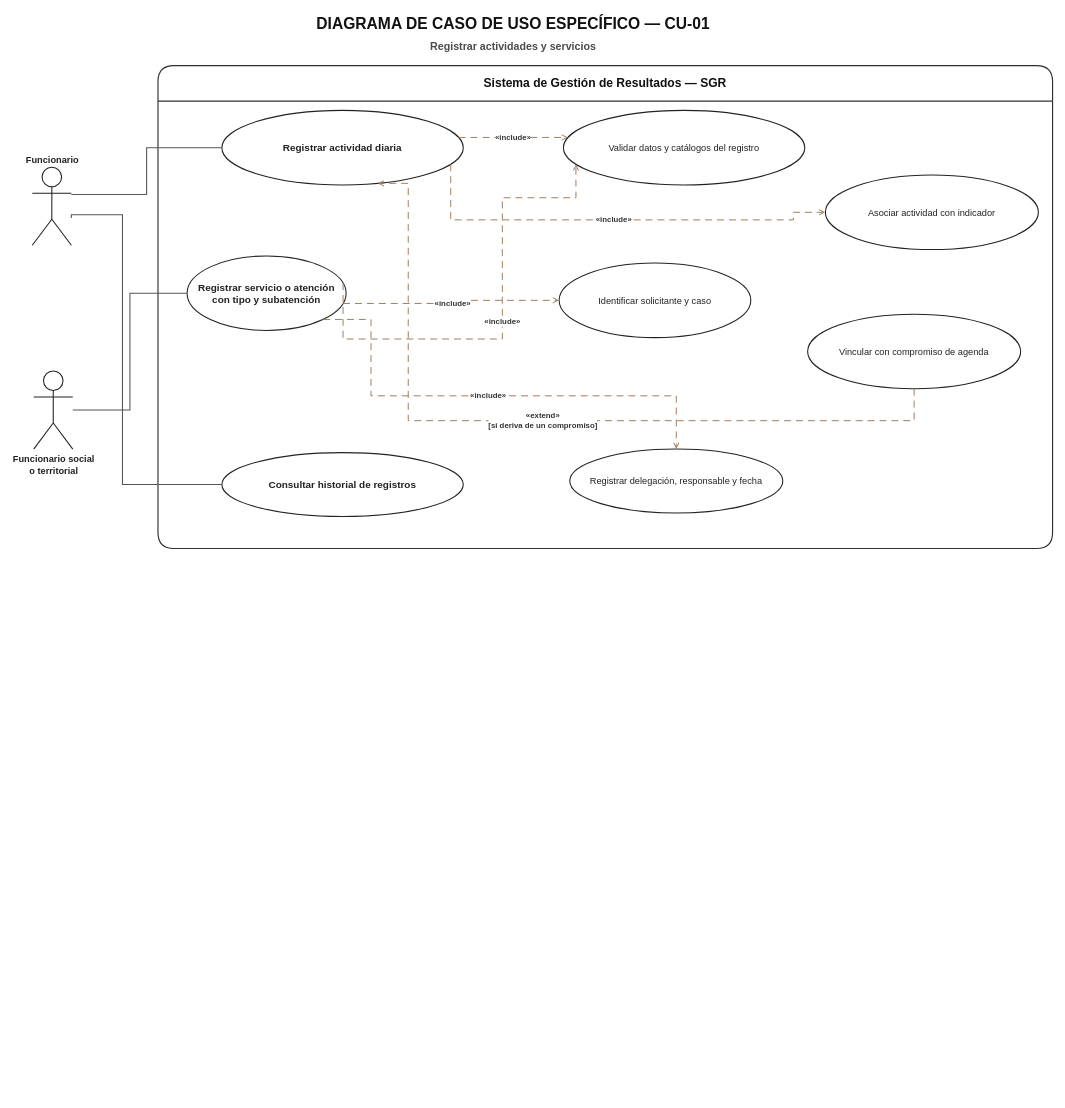
The draw.io diagram docs/uml/02_casos_de_uso/02_especificos/CU01_registrar_actividades_y_servicios/Diagrama_Caso_Uso_Especifico_CU01_SGR.drawio in MasterCapehart/sgr-proyecto-integrado, before the edit. Source tidied: cells renumbered, new cells numbered last; positions are measured from the earlier drawing's top-left corner, leaving out a move shared by most shapes. Both pictures are drawn from the tidied source at 71%, with x=0, y=0 at pixel (32, 12).
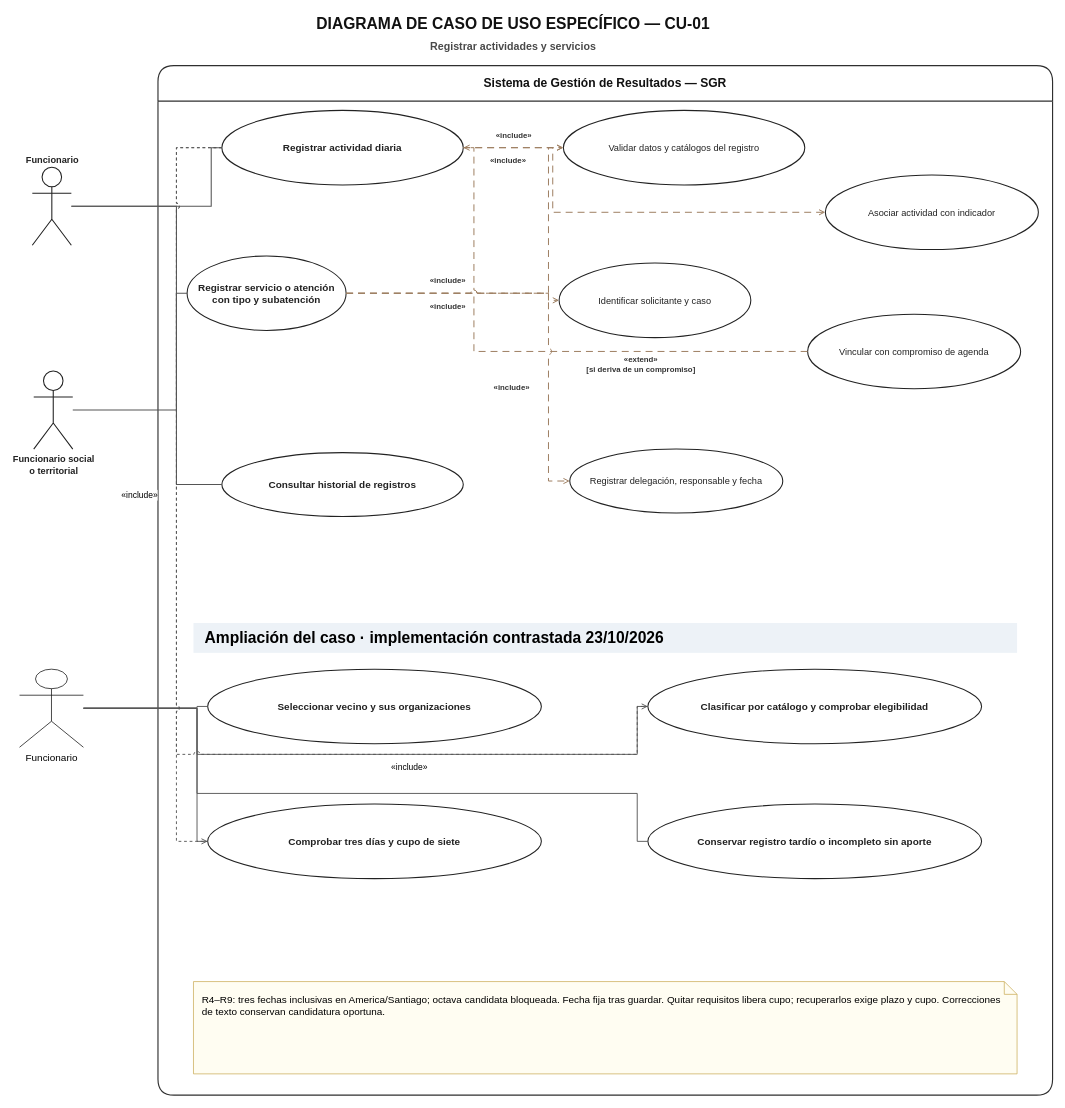
The same diagram, later.

Unchanged cells that the change refers to:
```xml
<mxCell id="5" value="Registrar actividad diaria" style="ellipse;whiteSpace=wrap;html=1;fontSize=14;strokeWidth=1.5;fontStyle=1;fillColor=#FFFFFF;strokeColor=#222222;fontColor=#222222;" parent="4" vertex="1">
  <mxGeometry x="90" y="63" width="340" height="105" as="geometry" />
</mxCell>
<mxCell id="6" value="Validar datos y catálogos del registro" style="ellipse;whiteSpace=wrap;html=1;fontSize=13;strokeWidth=1.5;fillColor=#FFFFFF;strokeColor=#222222;fontColor=#222222;" parent="4" vertex="1">
  <mxGeometry x="571" y="63" width="340" height="105" as="geometry" />
</mxCell>
<mxCell id="8" value="Asociar actividad con indicador" style="ellipse;whiteSpace=wrap;html=1;fontSize=13;strokeWidth=1.5;fillColor=#FFFFFF;strokeColor=#222222;fontColor=#222222;" parent="4" vertex="1">
  <mxGeometry x="940" y="154" width="300" height="105" as="geometry" />
</mxCell>
<mxCell id="10" value="Registrar servicio o atención&lt;br&gt;con tipo y subatención" style="ellipse;whiteSpace=wrap;html=1;fontSize=14;strokeWidth=1.5;fontStyle=1;fillColor=#FFFFFF;strokeColor=#222222;fontColor=#222222;" parent="4" vertex="1">
  <mxGeometry x="41" y="268" width="224" height="105" as="geometry" />
</mxCell>
<mxCell id="12" value="Identificar solicitante y caso" style="ellipse;whiteSpace=wrap;html=1;fontSize=13;strokeWidth=1.5;fillColor=#FFFFFF;strokeColor=#222222;fontColor=#222222;" parent="4" vertex="1">
  <mxGeometry x="565" y="278" width="270" height="105" as="geometry" />
</mxCell>
<mxCell id="14" value="Funcionario" style="shape=umlActor;verticalLabelPosition=top;verticalAlign=bottom;html=1;outlineConnect=0;fontSize=13;fontStyle=1;fillColor=#FFFFFF;strokeColor=#222222;fontColor=#222222;strokeWidth=1.5;" parent="1" vertex="1">
  <mxGeometry y="218" width="55" height="110" as="geometry" />
</mxCell>
<mxCell id="15" value="Funcionario social&lt;br&gt;o territorial" style="shape=umlActor;verticalLabelPosition=bottom;verticalAlign=top;html=1;outlineConnect=0;fontSize=13;fontStyle=1;fillColor=#FFFFFF;strokeColor=#222222;fontColor=#222222;strokeWidth=1.5;" parent="1" vertex="1">
  <mxGeometry x="2" y="505" width="55" height="110" as="geometry" />
</mxCell>
<mxCell id="16" value="Consultar historial de registros" style="ellipse;whiteSpace=wrap;html=1;fontSize=14;strokeWidth=1.5;fontStyle=1;fillColor=#FFFFFF;strokeColor=#222222;fontColor=#222222;" parent="1" vertex="1">
  <mxGeometry x="267" y="620" width="340" height="90" as="geometry" />
</mxCell>
<mxCell id="17" value="Vincular con compromiso de agenda" style="ellipse;whiteSpace=wrap;html=1;fontSize=13;strokeWidth=1.5;fillColor=#FFFFFF;strokeColor=#222222;fontColor=#222222;" parent="1" vertex="1">
  <mxGeometry x="1092" y="425" width="300" height="105" as="geometry" />
</mxCell>
<mxCell id="22" value="Registrar delegación, responsable y fecha" style="ellipse;whiteSpace=wrap;html=1;fontSize=13;strokeWidth=1.5;fillColor=#FFFFFF;strokeColor=#222222;fontColor=#222222;" parent="1" vertex="1">
  <mxGeometry x="757" y="615" width="300" height="90" as="geometry" />
</mxCell>
```

What changed in the source:
```diff
@@
     <mxCell id="4" value="Sistema de Gestión de Resultados — SGR" style="swimlane;horizontal=1;startSize=50;rounded=1;whiteSpace=wrap;html=1;swimlaneFillColor=#FFFFFF;fontSize=17;fontStyle=1;spacing=8;strokeWidth=1.6;fillColor=#FFFFFF;strokeColor=#2F2F2F;fontColor=#111111;" parent="1" vertex="1">
-      <mxGeometry x="177" y="75" width="1260" height="680" as="geometry" />
+      <mxGeometry x="177" y="75" width="1260" height="1450" as="geometry" />
     </mxCell>
@@
-    <mxCell id="7" value="«include»" style="edgeStyle=orthogonalEdgeStyle;jettySize=auto;endArrow=open;endFill=0;startArrow=none;html=1;rounded=0;dashed=1;dashPattern=7 5;strokeColor=#9E7E61;strokeWidth=1.4;fontSize=11;fontStyle=1;labelBackgroundColor=#FFFFFF;exitX=1;exitY=0.35;entryX=0;entryY=0.35;fontColor=#333333;" parent="4" edge="1" source="5" target="6">
-      <mxGeometry relative="1" as="geometry" />
+    <mxCell id="7" value="«include»" style="jettySize=auto;endArrow=open;endFill=0;startArrow=none;html=1;dashed=1;dashPattern=7 5;strokeColor=#9E7E61;strokeWidth=1.4;fontSize=11;fontStyle=1;labelBackgroundColor=#FFFFFF;fontColor=#333333;jumpSize=8;edgeStyle=none;noEdgeStyle=1;rounded=0;exitX=1;exitY=0.5;entryX=0;entryY=0.5;exitPerimeter=0;entryPerimeter=0;jumpStyle=arc;jumpSize=8;" parent="1" edge="1" source="5" target="6">
+      <mxGeometry relative="1" as="geometry">
+        <mxPoint y="-18" as="offset" />
+      </mxGeometry>
     </mxCell>
@@
-    <mxCell id="9" value="«include»" style="edgeStyle=orthogonalEdgeStyle;jettySize=auto;endArrow=open;endFill=0;startArrow=none;html=1;rounded=0;dashed=1;dashPattern=7 5;strokeColor=#9E7E61;strokeWidth=1.4;fontSize=11;fontStyle=1;labelBackgroundColor=#FFFFFF;exitX=1;exitY=0.75;entryX=0;entryY=0.5;entryDx=0;entryDy=0;fontColor=#333333;" parent="4" edge="1" source="5" target="8">
-      <mxGeometry relative="1" as="geometry">
+    <mxCell id="9" value="«include»" style="jettySize=auto;endArrow=open;endFill=0;startArrow=none;html=1;dashed=1;dashPattern=7 5;strokeColor=#9E7E61;strokeWidth=1.4;fontSize=11;fontStyle=1;labelBackgroundColor=#FFFFFF;entryDx=0;entryDy=0;fontColor=#333333;jumpSize=8;edgeStyle=none;noEdgeStyle=1;rounded=0;exitX=1;exitY=0.5;entryX=0;entryY=0.5;exitPerimeter=0;entryPerimeter=0;jumpStyle=arc;jumpSize=8;" parent="1" edge="1" source="5" target="8">
+      <mxGeometry x="-0.79" relative="1" as="geometry">
         <Array as="points">
-          <mxPoint x="412.1" y="217.2" />
-          <mxPoint x="895" y="217.2" />
-          <mxPoint x="895" y="206.5" />
+          <mxPoint x="733" y="190.5" />
+          <mxPoint x="733" y="281.5" />
         </Array>
+        <mxPoint y="18" as="offset" />
       </mxGeometry>
     </mxCell>
@@
-    <mxCell id="11" value="«include»" style="edgeStyle=orthogonalEdgeStyle;jettySize=auto;endArrow=open;endFill=0;startArrow=none;html=1;rounded=0;dashed=1;dashPattern=7 5;strokeColor=#9E7E61;strokeWidth=1.4;fontSize=11;fontStyle=1;labelBackgroundColor=#FFFFFF;exitX=1;exitY=0.35;entryX=0;entryY=0.75;fontColor=#333333;" parent="4" edge="1" source="10" target="6">
-      <mxGeometry relative="1" as="geometry">
+    <mxCell id="11" value="«include»" style="jettySize=auto;endArrow=open;endFill=0;startArrow=none;html=1;dashed=1;dashPattern=7 5;strokeColor=#9E7E61;strokeWidth=1.4;fontSize=11;fontStyle=1;labelBackgroundColor=#FFFFFF;fontColor=#333333;jumpSize=8;edgeStyle=none;noEdgeStyle=1;rounded=0;exitX=1;exitY=0.5;entryX=0;entryY=0.5;exitPerimeter=0;entryPerimeter=0;jumpStyle=arc;jumpSize=8;" parent="1" edge="1" source="10" target="6">
+      <mxGeometry x="-0.44" relative="1" as="geometry">
         <Array as="points">
-          <mxPoint x="260.6" y="385" />
-          <mxPoint x="485" y="385" />
-          <mxPoint x="485" y="186" />
-          <mxPoint x="588.9" y="186" />
+          <mxPoint x="727" y="395.5" />
+          <mxPoint x="727" y="190.5" />
         </Array>
+        <mxPoint y="-18" as="offset" />
       </mxGeometry>
     </mxCell>
@@
-    <mxCell id="13" value="«include»" style="edgeStyle=orthogonalEdgeStyle;jettySize=auto;endArrow=open;endFill=0;startArrow=none;html=1;rounded=0;dashed=1;dashPattern=7 5;strokeColor=#9E7E61;strokeWidth=1.4;fontSize=11;fontStyle=1;labelBackgroundColor=#FFFFFF;exitX=1;exitY=0.65;entryX=0;entryY=0.5;fontColor=#333333;" parent="4" edge="1" source="10" target="12">
-      <mxGeometry relative="1" as="geometry" />
+    <mxCell id="13" value="«include»" style="jettySize=auto;endArrow=open;endFill=0;startArrow=none;html=1;dashed=1;dashPattern=7 5;strokeColor=#9E7E61;strokeWidth=1.4;fontSize=11;fontStyle=1;labelBackgroundColor=#FFFFFF;fontColor=#333333;jumpSize=8;edgeStyle=none;noEdgeStyle=1;rounded=0;exitX=1;exitY=0.5;entryX=0;entryY=0.5;exitPerimeter=0;entryPerimeter=0;jumpStyle=arc;jumpSize=8;" parent="1" edge="1" source="10" target="12">
+      <mxGeometry x="-0.08" relative="1" as="geometry">
+        <Array as="points">
+          <mxPoint x="727" y="395.5" />
+          <mxPoint x="727" y="405.5" />
+        </Array>
+        <mxPoint y="18" as="offset" />
+      </mxGeometry>
     </mxCell>
@@
-    <mxCell id="18" style="edgeStyle=orthogonalEdgeStyle;jettySize=auto;endArrow=none;startArrow=none;html=1;rounded=0;strokeColor=#555555;strokeWidth=1.5;exitX=1;exitY=0.35;entryX=0;entryY=0.5;" parent="1" edge="1" source="14" target="5">
-      <mxGeometry relative="1" as="geometry" />
+    <mxCell id="18" style="jettySize=auto;endArrow=none;startArrow=none;html=1;strokeColor=#555555;strokeWidth=1.5;jumpSize=8;edgeStyle=none;noEdgeStyle=1;rounded=0;exitX=1;exitY=0.5;entryX=0;entryY=0.5;exitPerimeter=0;entryPerimeter=0;jumpStyle=arc;jumpSize=8;" parent="1" edge="1" source="14" target="5">
+      <mxGeometry relative="1" as="geometry">
+        <Array as="points">
+          <mxPoint x="252" y="273" />
+          <mxPoint x="252" y="190.5" />
+        </Array>
+      </mxGeometry>
     </mxCell>
-    <mxCell id="19" style="edgeStyle=orthogonalEdgeStyle;jettySize=auto;endArrow=none;startArrow=none;html=1;rounded=0;strokeColor=#555555;strokeWidth=1.5;exitX=1;exitY=0.65;entryX=0;entryY=0.5;" parent="1" edge="1" source="14" target="16">
+    <mxCell id="19" style="jettySize=auto;endArrow=none;startArrow=none;html=1;strokeColor=#555555;strokeWidth=1.5;jumpSize=8;edgeStyle=none;noEdgeStyle=1;rounded=0;exitX=1;exitY=0.5;entryX=0;entryY=0.5;exitPerimeter=0;entryPerimeter=0;jumpStyle=arc;jumpSize=8;" parent="1" edge="1" source="14" target="16">
       <mxGeometry relative="1" as="geometry">
         <Array as="points">
-          <mxPoint x="127" y="285" />
-          <mxPoint x="127" y="665" />
+          <mxPoint x="203" y="273" />
+          <mxPoint x="203" y="665" />
         </Array>
       </mxGeometry>
     </mxCell>
-    <mxCell id="20" style="edgeStyle=orthogonalEdgeStyle;jettySize=auto;endArrow=none;startArrow=none;html=1;rounded=0;strokeColor=#555555;strokeWidth=1.5;exitX=1;exitY=0.5;entryX=0;entryY=0.5;" parent="1" edge="1" source="15" target="10">
-      <mxGeometry relative="1" as="geometry" />
+    <mxCell id="20" style="jettySize=auto;endArrow=none;startArrow=none;html=1;strokeColor=#555555;strokeWidth=1.5;jumpSize=8;edgeStyle=none;noEdgeStyle=1;rounded=0;exitX=1;exitY=0.5;entryX=0;entryY=0.5;exitPerimeter=0;entryPerimeter=0;jumpStyle=arc;jumpSize=8;" parent="1" edge="1" source="15" target="10">
+      <mxGeometry relative="1" as="geometry">
+        <Array as="points">
+          <mxPoint x="203" y="560" />
+          <mxPoint x="203" y="395.5" />
+        </Array>
+      </mxGeometry>
     </mxCell>
-    <mxCell id="21" value="«extend»&lt;br&gt;[si deriva de un compromiso]" style="edgeStyle=orthogonalEdgeStyle;jettySize=auto;endArrow=open;endFill=0;startArrow=none;html=1;rounded=0;dashed=1;dashPattern=7 5;strokeColor=#9E7E61;strokeWidth=1.4;fontSize=11;fontStyle=1;labelBackgroundColor=#FFFFFF;exitX=0.5;exitY=1;entryX=0.65;entryY=1;fontColor=#333333;" parent="1" edge="1" source="17" target="5">
-      <mxGeometry relative="1" as="geometry">
+    <mxCell id="21" value="«extend»&lt;br&gt;[si deriva de un compromiso]" style="jettySize=auto;endArrow=open;endFill=0;startArrow=none;html=1;dashed=1;dashPattern=7 5;strokeColor=#9E7E61;strokeWidth=1.4;fontSize=11;fontStyle=1;labelBackgroundColor=#FFFFFF;fontColor=#333333;jumpSize=8;edgeStyle=none;noEdgeStyle=1;rounded=0;exitX=0;exitY=0.5;entryX=1;entryY=0.5;exitPerimeter=0;entryPerimeter=0;jumpStyle=arc;jumpSize=8;" parent="1" edge="1" source="17" target="5">
+      <mxGeometry x="-0.39" relative="1" as="geometry">
         <Array as="points">
-          <mxPoint x="1242" y="575" />
-          <mxPoint x="529.5" y="575" />
-          <mxPoint x="529.5" y="240.9" />
+          <mxPoint x="622" y="477.5" />
+          <mxPoint x="622" y="190.5" />
         </Array>
+        <mxPoint y="18" as="offset" />
       </mxGeometry>
     </mxCell>
@@
-    <mxCell id="23" value="«include»" style="edgeStyle=orthogonalEdgeStyle;jettySize=auto;endArrow=open;endFill=0;startArrow=none;html=1;rounded=0;dashed=1;dashPattern=7 5;strokeColor=#9E7E61;strokeWidth=1.4;fontSize=11;fontStyle=1;labelBackgroundColor=#FFFFFF;exitX=1;exitY=0.35;entryX=0;entryY=0.35;fontColor=#333333;exitX=1;exitY=1;entryX=0.5;entryY=0;" parent="1" edge="1" source="10" target="22">
-      <mxGeometry relative="1" as="geometry">
+    <mxCell id="23" value="«include»" style="jettySize=auto;endArrow=open;endFill=0;startArrow=none;html=1;dashed=1;dashPattern=7 5;strokeColor=#9E7E61;strokeWidth=1.4;fontSize=11;fontStyle=1;labelBackgroundColor=#FFFFFF;fontColor=#333333;jumpSize=8;edgeStyle=none;noEdgeStyle=1;rounded=0;exitX=1;exitY=0.5;entryX=0;entryY=0.5;exitPerimeter=0;entryPerimeter=0;jumpStyle=arc;jumpSize=8;" parent="1" edge="1" source="10" target="22">
+      <mxGeometry x="0.44" relative="1" as="geometry">
         <Array as="points">
-          <mxPoint x="477" y="540" />
-          <mxPoint x="907" y="540" />
+          <mxPoint x="727" y="395.5" />
+          <mxPoint x="727" y="660" />
         </Array>
+        <mxPoint x="-52" as="offset" />
       </mxGeometry>
     </mxCell>
+    <mxCell id="24" value="Funcionario" style="shape=umlActor;verticalLabelPosition=bottom;verticalAlign=top;html=1;fontSize=14;" parent="1" vertex="1">
+      <mxGeometry x="-18" y="925" width="90" height="110" as="geometry" />
+    </mxCell>
+    <mxCell id="25" value="Ampliación del caso · implementación contrastada 23/10/2026" style="text;html=1;strokeColor=none;fillColor=#EDF2F7;align=left;verticalAlign=middle;fontSize=22;fontStyle=1;spacingLeft=14;" parent="1" vertex="1">
+      <mxGeometry x="227" y="860" width="1160" height="42" as="geometry" />
+    </mxCell>
+    <mxCell id="26" value="Seleccionar vecino y sus organizaciones" style="ellipse;whiteSpace=wrap;html=1;fontSize=14;strokeWidth=1.5;fontStyle=1;fillColor=#FFFFFF;strokeColor=#222222;fontColor=#222222;" parent="1" vertex="1">
+      <mxGeometry x="247" y="925" width="470" height="105" as="geometry" />
+    </mxCell>
+    <mxCell id="27" value="Clasificar por catálogo y comprobar elegibilidad" style="ellipse;whiteSpace=wrap;html=1;fontSize=14;strokeWidth=1.5;fontStyle=1;fillColor=#FFFFFF;strokeColor=#222222;fontColor=#222222;" parent="1" vertex="1">
+      <mxGeometry x="867" y="925" width="470" height="105" as="geometry" />
+    </mxCell>
+    <mxCell id="28" value="Comprobar tres días y cupo de siete" style="ellipse;whiteSpace=wrap;html=1;fontSize=14;strokeWidth=1.5;fontStyle=1;fillColor=#FFFFFF;strokeColor=#222222;fontColor=#222222;" parent="1" vertex="1">
+      <mxGeometry x="247" y="1115" width="470" height="105" as="geometry" />
+    </mxCell>
+    <mxCell id="29" value="Conservar registro tardío o incompleto sin aporte" style="ellipse;whiteSpace=wrap;html=1;fontSize=14;strokeWidth=1.5;fontStyle=1;fillColor=#FFFFFF;strokeColor=#222222;fontColor=#222222;" parent="1" vertex="1">
+      <mxGeometry x="867" y="1115" width="470" height="105" as="geometry" />
+    </mxCell>
+    <mxCell id="30" style="html=1;strokeColor=#555555;strokeWidth=1.3;fontSize=12;labelBackgroundColor=#FFFFFF;startArrow=none;endArrow=none;jumpSize=8;edgeStyle=none;noEdgeStyle=1;rounded=0;exitX=1;exitY=0.5;entryX=0;entryY=0.5;exitPerimeter=0;entryPerimeter=0;jumpStyle=arc;jumpSize=8;" parent="1" edge="1" source="24" target="26">
+      <mxGeometry relative="1" as="geometry">
+        <Array as="points">
+          <mxPoint x="232" y="980" />
+          <mxPoint x="232" y="977.5" />
+        </Array>
+      </mxGeometry>
+    </mxCell>
+    <mxCell id="31" style="html=1;strokeColor=#555555;strokeWidth=1.3;fontSize=12;labelBackgroundColor=#FFFFFF;startArrow=none;endArrow=none;jumpSize=8;edgeStyle=none;noEdgeStyle=1;rounded=0;exitX=1;exitY=0.5;entryX=0;entryY=0.5;exitPerimeter=0;entryPerimeter=0;jumpStyle=arc;jumpSize=8;" parent="1" edge="1" source="24" target="27">
+      <mxGeometry relative="1" as="geometry">
+        <Array as="points">
+          <mxPoint x="232" y="980" />
+          <mxPoint x="232" y="1045" />
+          <mxPoint x="852" y="1045" />
+          <mxPoint x="852" y="977.5" />
+        </Array>
+      </mxGeometry>
+    </mxCell>
+    <mxCell id="32" style="html=1;strokeColor=#555555;strokeWidth=1.3;fontSize=12;labelBackgroundColor=#FFFFFF;startArrow=none;endArrow=none;jumpSize=8;edgeStyle=none;noEdgeStyle=1;rounded=0;exitX=1;exitY=0.5;entryX=0;entryY=0.5;exitPerimeter=0;entryPerimeter=0;jumpStyle=arc;jumpSize=8;" parent="1" edge="1" source="24" target="28">
+      <mxGeometry relative="1" as="geometry">
+        <Array as="points">
+          <mxPoint x="232" y="980" />
+          <mxPoint x="232" y="1167.5" />
+        </Array>
+      </mxGeometry>
+    </mxCell>
+    <mxCell id="33" style="html=1;strokeColor=#555555;strokeWidth=1.3;fontSize=12;labelBackgroundColor=#FFFFFF;startArrow=none;endArrow=none;jumpSize=8;edgeStyle=none;noEdgeStyle=1;rounded=0;exitX=1;exitY=0.5;entryX=0;entryY=0.5;exitPerimeter=0;entryPerimeter=0;jumpStyle=arc;jumpSize=8;" parent="1" edge="1" source="24" target="29">
+      <mxGeometry relative="1" as="geometry">
+        <Array as="points">
+          <mxPoint x="232" y="980" />
+          <mxPoint x="232" y="1100" />
+          <mxPoint x="852" y="1100" />
+          <mxPoint x="852" y="1167.5" />
+        </Array>
+      </mxGeometry>
+    </mxCell>
+    <mxCell id="34" value="«include»" style="html=1;strokeColor=#555555;strokeWidth=1.3;fontSize=12;labelBackgroundColor=#FFFFFF;endArrow=open;endFill=0;dashed=1;jumpSize=8;edgeStyle=none;noEdgeStyle=1;rounded=0;exitX=0;exitY=0.5;entryX=0;entryY=0.5;exitPerimeter=0;entryPerimeter=0;jumpStyle=arc;jumpSize=8;" parent="1" edge="1" source="5" target="27">
+      <mxGeometry x="0.51" relative="1" as="geometry">
+        <Array as="points">
+          <mxPoint x="203" y="190.5" />
+          <mxPoint x="203" y="1045" />
+          <mxPoint x="852" y="1045" />
+          <mxPoint x="852" y="977.5" />
+        </Array>
+        <mxPoint y="18" as="offset" />
+      </mxGeometry>
+    </mxCell>
+    <mxCell id="35" value="R4–R9: tres fechas inclusivas en America/Santiago; octava candidata bloqueada. Fecha fija tras guardar. Quitar requisitos libera cupo; recuperarlos exige plazo y cupo. Correcciones de texto conservan candidatura oportuna." style="shape=note;whiteSpace=wrap;html=1;size=18;fillColor=#FFFDF2;strokeColor=#C8A951;fontSize=14;align=left;verticalAlign=top;spacing=12;" parent="1" vertex="1">
+      <mxGeometry x="227" y="1365" width="1160" height="130" as="geometry" />
+    </mxCell>
+    <mxCell id="36" value="«include»" style="html=1;strokeColor=#555555;strokeWidth=1.3;fontSize=12;labelBackgroundColor=#FFFFFF;endArrow=open;endFill=0;dashed=1;jumpSize=8;edgeStyle=none;noEdgeStyle=1;rounded=0;exitX=0;exitY=0.5;entryX=0;entryY=0.5;exitPerimeter=0;entryPerimeter=0;jumpStyle=arc;jumpSize=8;" parent="1" edge="1" source="5" target="28">
+      <mxGeometry x="0.02" relative="1" as="geometry">
+        <Array as="points">
+          <mxPoint x="203" y="190.5" />
+          <mxPoint x="203" y="1167.5" />
+        </Array>
+        <mxPoint x="-52" as="offset" />
+      </mxGeometry>
+    </mxCell>
```
